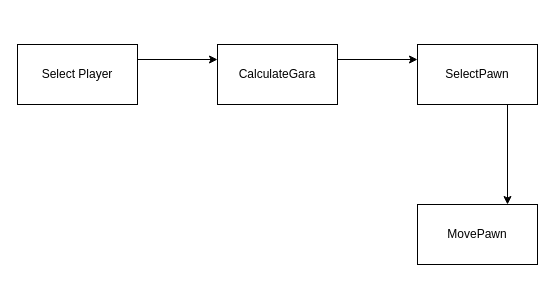
Above: page "GameStateMachine" (2 of 3) of ChoukaBara.drawio in mohithsrao/GodotGameChoukaBara (draw.io), before the change. Source tidied: cells renumbered, new cells numbered last; positions are measured from the earlier drawing's top-left corner, leaving out a move shared by most shapes. Both pictures are drawn from the tidied source at 100%, with x=0, y=0 at pixel (17, 44).
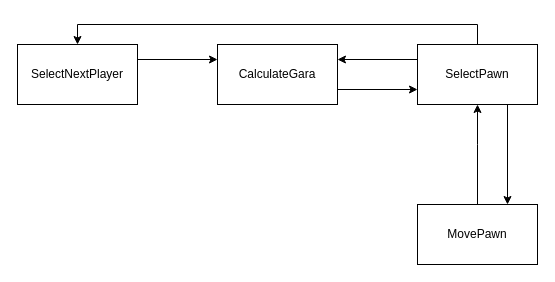
Above is the later version.

What changed in the source:
```diff
@@
 <mxGraphModel>
   <root>
     <mxCell id="0" />
     <mxCell id="1" parent="0" />
     <mxCell id="2" style="edgeStyle=orthogonalEdgeStyle;rounded=0;jettySize=auto;html=1;exitX=1;exitY=0.25;exitDx=0;exitDy=0;entryX=0;entryY=0.25;entryDx=0;entryDy=0;" parent="1" edge="1" source="3" target="5">
       <mxGeometry relative="1" as="geometry" />
     </mxCell>
-    <mxCell id="3" value="Select Player" style="rounded=0;whiteSpace=wrap;html=1;" parent="1" vertex="1">
+    <mxCell id="3" value="SelectNextPlayer" style="rounded=0;whiteSpace=wrap;html=1;" parent="1" vertex="1">
       <mxGeometry width="120" height="60" as="geometry" />
     </mxCell>
-    <mxCell id="4" style="edgeStyle=orthogonalEdgeStyle;rounded=0;jettySize=auto;html=1;exitX=1;exitY=0.25;exitDx=0;exitDy=0;entryX=0;entryY=0.25;entryDx=0;entryDy=0;" parent="1" edge="1" source="5" target="7">
+    <mxCell id="4" style="edgeStyle=orthogonalEdgeStyle;rounded=0;jettySize=auto;html=1;exitX=1;exitY=0.75;exitDx=0;exitDy=0;entryX=0;entryY=0.75;entryDx=0;entryDy=0;" parent="1" edge="1" source="5" target="7">
       <mxGeometry relative="1" as="geometry" />
     </mxCell>
     <mxCell id="5" value="CalculateGara" style="rounded=0;whiteSpace=wrap;html=1;" parent="1" vertex="1">
       <mxGeometry x="200" width="120" height="60" as="geometry" />
     </mxCell>
     <mxCell id="6" style="edgeStyle=orthogonalEdgeStyle;rounded=0;jettySize=auto;html=1;exitX=0.75;exitY=1;exitDx=0;exitDy=0;entryX=0.75;entryY=0;entryDx=0;entryDy=0;" parent="1" edge="1" source="7" target="8">
       <mxGeometry relative="1" as="geometry" />
     </mxCell>
+    <mxCell id="9" style="edgeStyle=orthogonalEdgeStyle;rounded=0;jettySize=auto;html=1;exitX=0.5;exitY=0;exitDx=0;exitDy=0;entryX=0.5;entryY=0;entryDx=0;entryDy=0;" parent="1" edge="1" source="7" target="3">
+      <mxGeometry relative="1" as="geometry" />
+    </mxCell>
+    <mxCell id="10" style="edgeStyle=orthogonalEdgeStyle;rounded=0;jettySize=auto;html=1;exitX=0;exitY=0.25;exitDx=0;exitDy=0;entryX=1;entryY=0.25;entryDx=0;entryDy=0;" parent="1" edge="1" source="7" target="5">
+      <mxGeometry relative="1" as="geometry" />
+    </mxCell>
     <mxCell id="7" value="SelectPawn" style="rounded=0;whiteSpace=wrap;html=1;" parent="1" vertex="1">
       <mxGeometry x="400" width="120" height="60" as="geometry" />
     </mxCell>
+    <mxCell id="11" style="edgeStyle=orthogonalEdgeStyle;rounded=0;jettySize=auto;html=1;exitX=0.5;exitY=0;exitDx=0;exitDy=0;entryX=0.5;entryY=1;entryDx=0;entryDy=0;" parent="1" edge="1" source="8" target="7">
+      <mxGeometry relative="1" as="geometry">
+        <Array as="points">
+          <mxPoint x="460" y="100" />
+          <mxPoint x="460" y="100" />
+        </Array>
+      </mxGeometry>
+    </mxCell>
     <mxCell id="8" value="MovePawn" style="rounded=0;whiteSpace=wrap;html=1;" parent="1" vertex="1">
       <mxGeometry x="400" y="160" width="120" height="60" as="geometry" />
     </mxCell>
   </root>
 </mxGraphModel>
```
